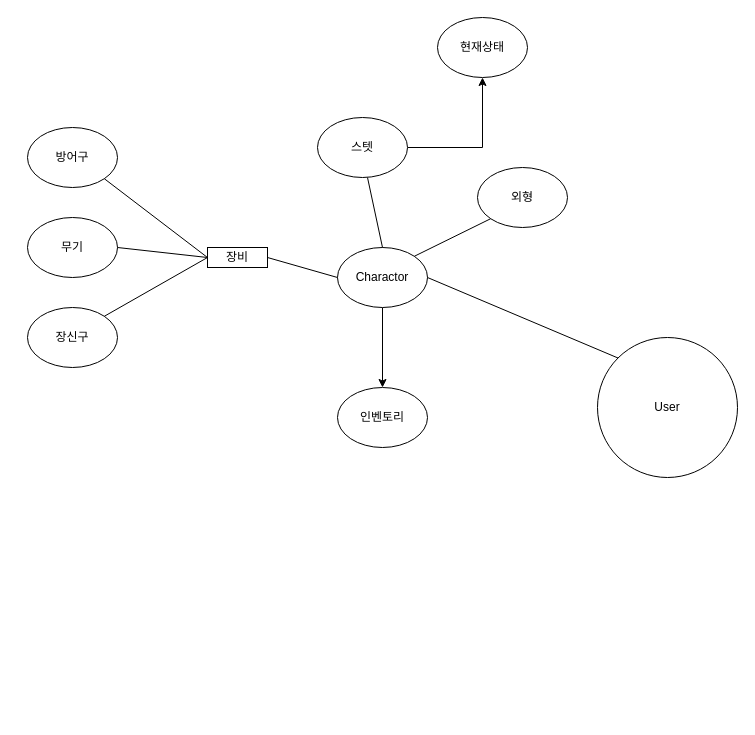
tjsahr0099/dev keeps this draw.io diagram as page "마인드맵" (1 of 2) of doc/설계_마인드맵.drawio. Above is the earlier version. Source tidied: cells renumbered, new cells numbered last; positions are measured from the earlier drawing's top-left corner, leaving out a move shared by most shapes. Both pictures are drawn from the tidied source at 100%, with x=0, y=0 at pixel (27, 17).
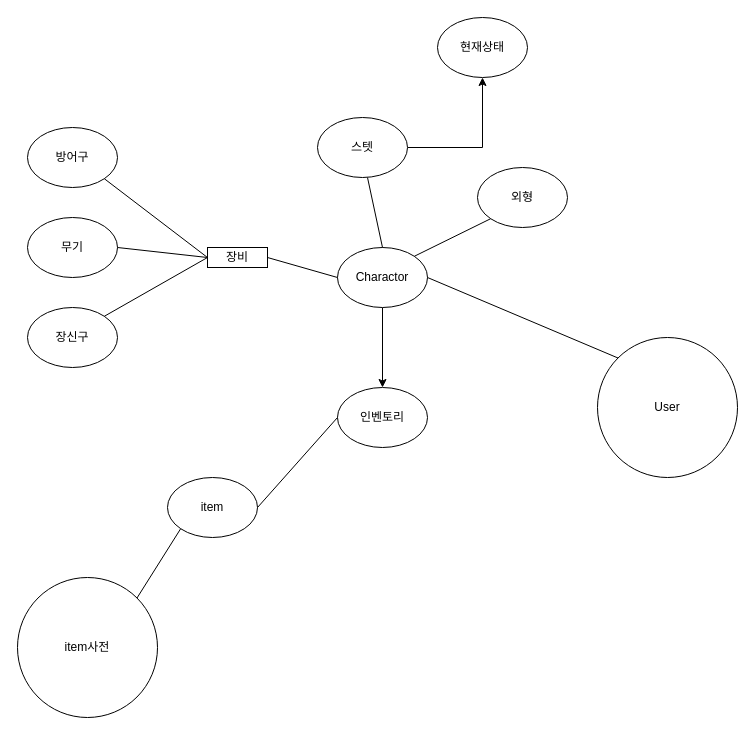
The same diagram, later.

The change refers to these unchanged cells:
```xml
<mxCell id="18" value="인벤토리" style="ellipse;whiteSpace=wrap;html=1;" parent="1" vertex="1">
  <mxGeometry x="310" y="370" width="90" height="60" as="geometry" />
</mxCell>
```

The edit, as a diff of the source:
```diff
@@
+    <mxCell id="21" value="item" style="ellipse;whiteSpace=wrap;html=1;" parent="1" vertex="1">
+      <mxGeometry x="140" y="460" width="90" height="60" as="geometry" />
+    </mxCell>
+    <mxCell id="22" value="item사전" style="ellipse;whiteSpace=wrap;html=1;" parent="1" vertex="1">
+      <mxGeometry x="-10" y="560" width="140" height="140" as="geometry" />
+    </mxCell>
+    <mxCell id="23" style="endArrow=none;html=1;exitX=0;exitY=1;exitDx=0;exitDy=0;entryX=1;entryY=0;entryDx=0;entryDy=0;" parent="1" edge="1" source="21" target="22">
+      <mxGeometry relative="1" as="geometry" />
+    </mxCell>
+    <mxCell id="24" style="endArrow=none;html=1;exitX=0;exitY=0.5;exitDx=0;exitDy=0;entryX=1;entryY=0.5;entryDx=0;entryDy=0;" parent="1" edge="1" source="18" target="21">
+      <mxGeometry relative="1" as="geometry" />
+    </mxCell>
```
